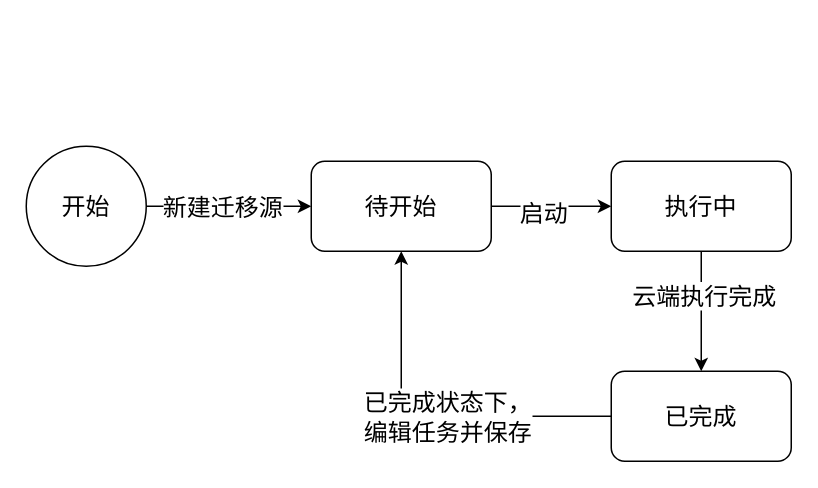
This is page "迁移工具" (2 of 3) of Hedv.drawio from Sidamor/drawio, a draw.io file, before an edit. Source tidied: cells renumbered, new cells numbered last; positions are measured from the earlier drawing's top-left corner, leaving out a move shared by most shapes. Both pictures are drawn from the tidied source at 150%, with x=0, y=0 at pixel (26, 146).
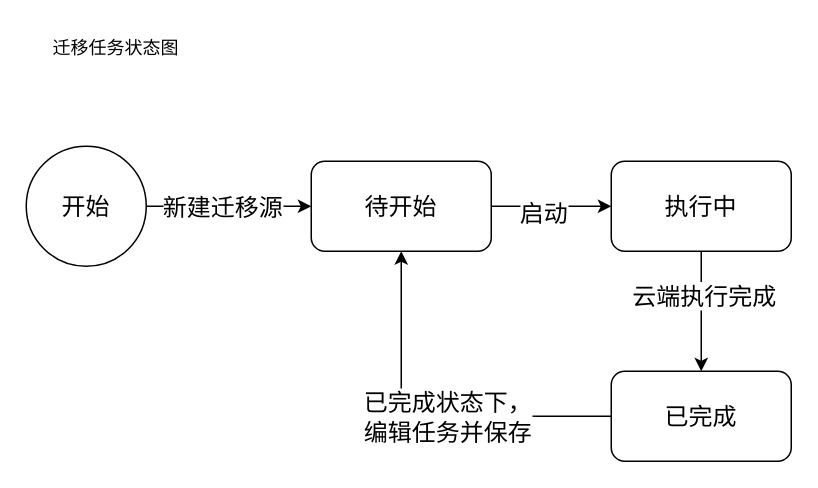
The same page after the edit.

The edit, as a diff of the source:
```diff
@@
 <mxGraphModel>
   <root>
     <mxCell id="0" />
     <mxCell id="1" parent="0" />
     <mxCell id="2" style="edgeStyle=orthogonalEdgeStyle;rounded=0;jettySize=auto;html=1;fontSize=16;" parent="1" edge="1" source="4" target="10">
       <mxGeometry relative="1" as="geometry" />
     </mxCell>
     <mxCell id="3" value="启动" style="edgeLabel;html=1;align=center;verticalAlign=middle;fontSize=16;" parent="2" vertex="1">
       <mxGeometry x="-0.15" y="-4" relative="1" as="geometry" />
     </mxCell>
     <mxCell id="4" value="待开始" style="rounded=1;whiteSpace=wrap;html=1;fontSize=16;" parent="1" vertex="1">
       <mxGeometry x="190" y="10" width="120" height="60" as="geometry" />
     </mxCell>
     <mxCell id="5" style="edgeStyle=orthogonalEdgeStyle;rounded=0;jettySize=auto;html=1;fontSize=16;" parent="1" edge="1" source="7" target="4">
       <mxGeometry relative="1" as="geometry" />
     </mxCell>
     <mxCell id="6" value="新建迁移源" style="edgeLabel;html=1;align=center;verticalAlign=middle;fontSize=16;" parent="5" vertex="1">
       <mxGeometry x="-0.09" relative="1" as="geometry" />
     </mxCell>
     <mxCell id="7" value="开始" style="ellipse;whiteSpace=wrap;html=1;fontSize=16;" parent="1" vertex="1">
       <mxGeometry width="80" height="80" as="geometry" />
     </mxCell>
     <mxCell id="8" style="edgeStyle=orthogonalEdgeStyle;rounded=0;jettySize=auto;html=1;fontSize=16;" parent="1" edge="1" source="10" target="13">
       <mxGeometry relative="1" as="geometry" />
     </mxCell>
     <mxCell id="9" value="云端执行完成" style="edgeLabel;html=1;align=center;verticalAlign=middle;fontSize=16;" parent="8" vertex="1">
       <mxGeometry x="-0.28" y="1" relative="1" as="geometry" />
     </mxCell>
     <mxCell id="10" value="执行中" style="rounded=1;whiteSpace=wrap;html=1;fontSize=16;" parent="1" vertex="1">
       <mxGeometry x="390" y="10" width="120" height="60" as="geometry" />
     </mxCell>
     <mxCell id="11" style="edgeStyle=orthogonalEdgeStyle;rounded=0;jettySize=auto;html=1;exitX=0;exitY=0.5;exitDx=0;exitDy=0;entryX=0.5;entryY=1;entryDx=0;entryDy=0;fontSize=16;" parent="1" edge="1" source="13" target="4">
       <mxGeometry relative="1" as="geometry" />
     </mxCell>
     <mxCell id="12" value="已完成状态下，&lt;div&gt;编辑任务并保存&lt;/div&gt;" style="edgeLabel;html=1;align=center;verticalAlign=middle;fontSize=16;" parent="11" vertex="1">
       <mxGeometry x="-0.49" y="3" relative="1" as="geometry">
         <mxPoint x="-46" y="-3" as="offset" />
       </mxGeometry>
     </mxCell>
     <mxCell id="13" value="已完成" style="rounded=1;whiteSpace=wrap;html=1;fontSize=16;" parent="1" vertex="1">
       <mxGeometry x="390" y="150" width="120" height="60" as="geometry" />
     </mxCell>
+    <mxCell id="14" value="迁移任务状态图" style="text;html=1;align=center;verticalAlign=middle;whiteSpace=wrap;rounded=0;" parent="1" vertex="1">
+      <mxGeometry y="-80" width="120" height="30" as="geometry" />
+    </mxCell>
   </root>
 </mxGraphModel>
```
